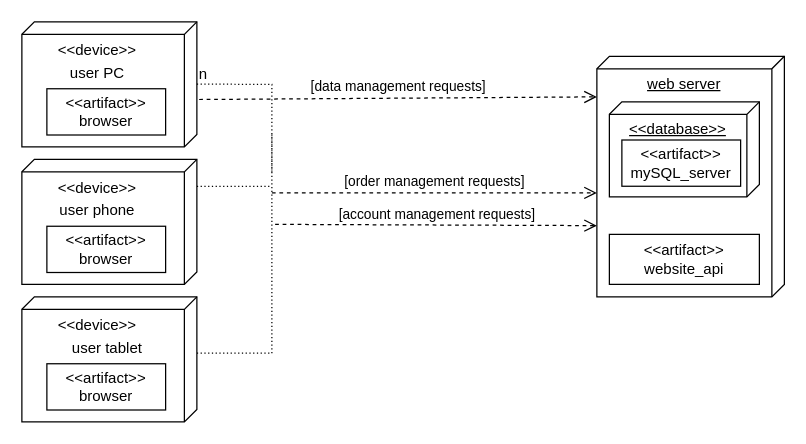
This is deployment dia.drawio from nawrasfaour/OurFoodProj, a draw.io file, before an edit. Source tidied: cells renumbered, new cells numbered last; positions are measured from the earlier drawing's top-left corner, leaving out a move shared by most shapes. Both pictures are drawn from the tidied source at 125%, with x=0, y=0 at pixel (21, 21).
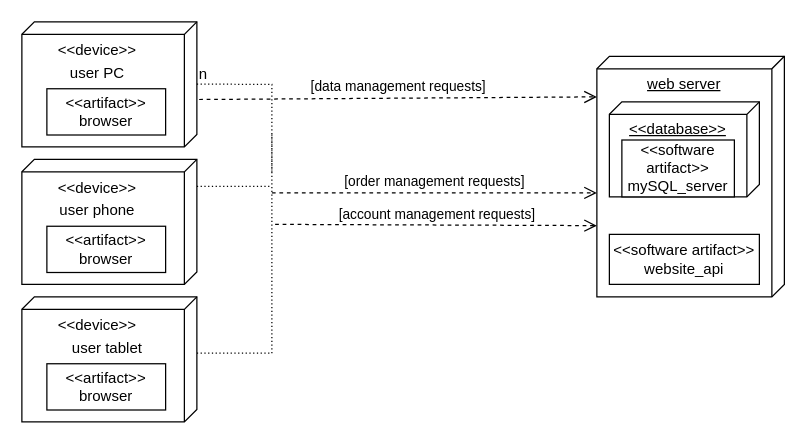
The same page after the edit.

Diff of the diagram source:
```diff
@@
-    <mxCell id="16" value="&amp;lt;&amp;lt;artifact&amp;gt;&amp;gt;&lt;br&gt;website_api" style="html=1;align=center;verticalAlign=middle;dashed=0;whiteSpace=wrap;" parent="1" vertex="1">
+    <mxCell id="16" value="&amp;lt;&amp;lt;software artifact&amp;gt;&amp;gt;&lt;br&gt;website_api" style="html=1;align=center;verticalAlign=middle;dashed=0;whiteSpace=wrap;" parent="1" vertex="1">
       <mxGeometry x="470" y="170" width="120" height="40" as="geometry" />
     </mxCell>
@@
-    <mxCell id="18" value="&amp;lt;&amp;lt;artifact&amp;gt;&amp;gt;&lt;br&gt;mySQL_server" style="html=1;align=center;verticalAlign=middle;dashed=0;whiteSpace=wrap;labelPosition=center;verticalLabelPosition=middle;horizontal=1;" parent="1" vertex="1">
-      <mxGeometry x="480" y="94.5" width="95" height="37" as="geometry" />
+    <mxCell id="18" value="&amp;lt;&amp;lt;software artifact&amp;gt;&amp;gt;&lt;br&gt;mySQL_server" style="html=1;align=center;verticalAlign=middle;dashed=0;whiteSpace=wrap;labelPosition=center;verticalLabelPosition=middle;horizontal=1;" parent="1" vertex="1">
+      <mxGeometry x="480" y="94.5" width="90" height="45.5" as="geometry" />
     </mxCell>
```
